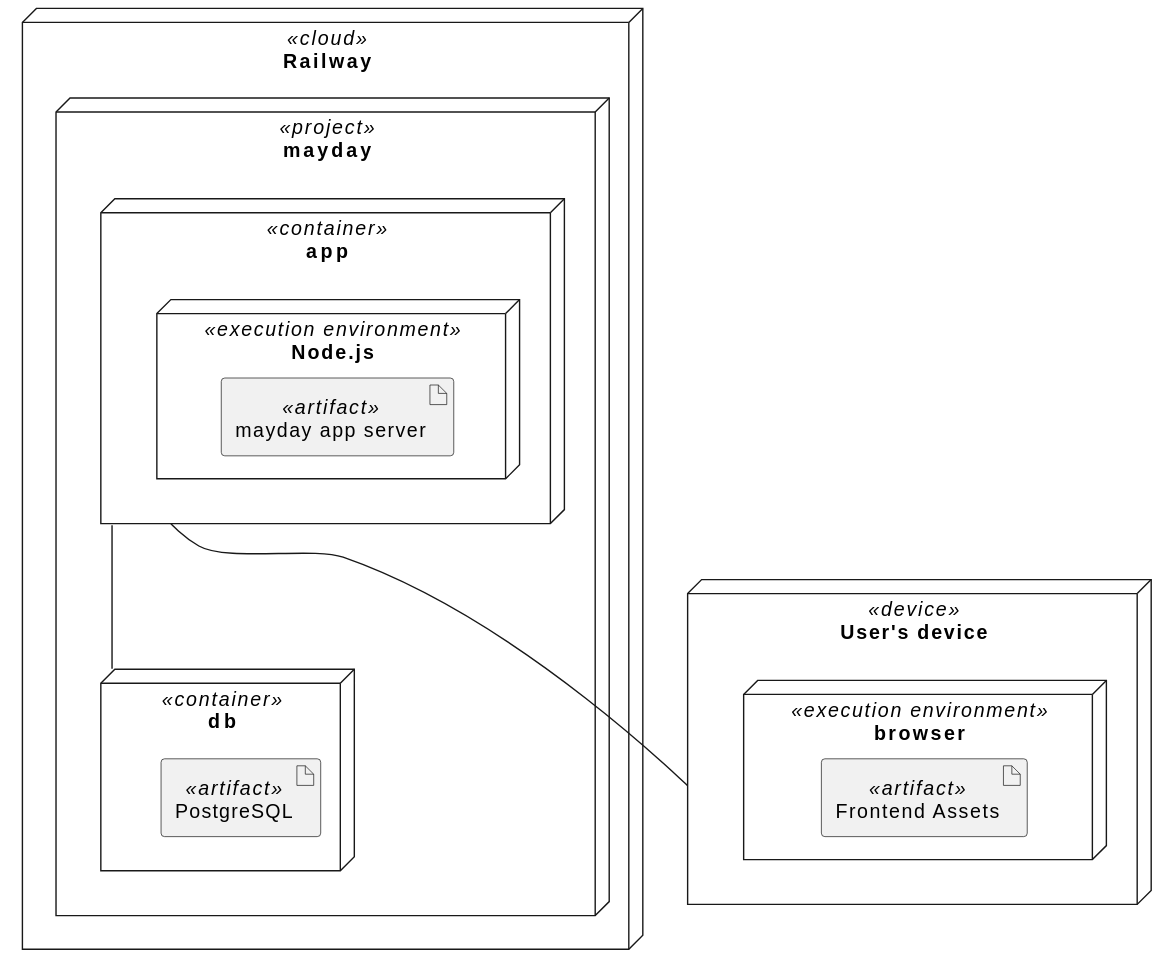
The PlantUML diagram diagrams/out/deployment_diagram/Deployment Diagram.svg in 2110336-SoftwareEngineering2-2021-2/sec33_jim_carry, before a commit.
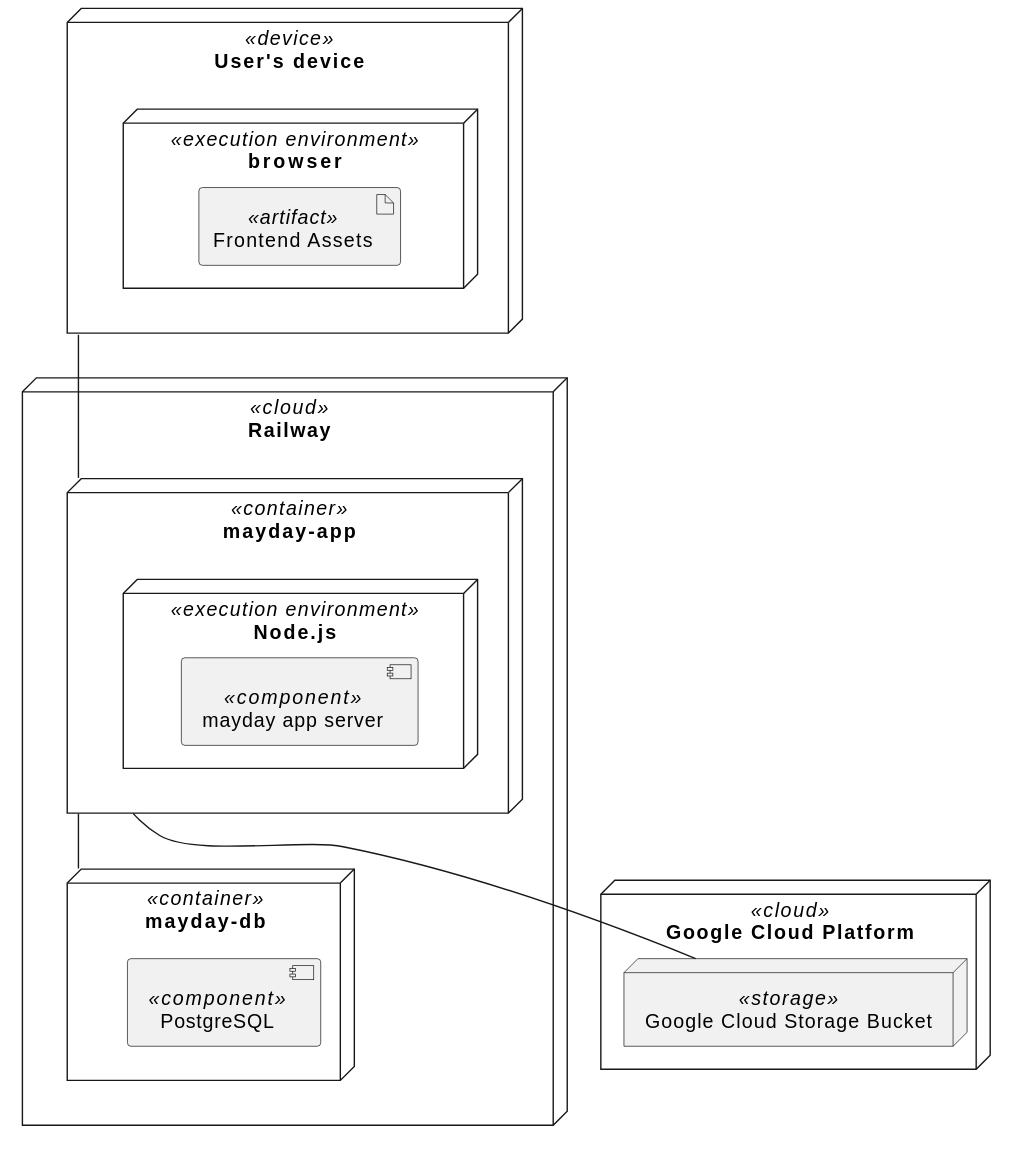
Later version of the same file.

Commit message:
Update deployment diagram per comment

What changed in the source:
```diff
@@ -1,18 +1,21 @@
-@startuml
+@startuml Deployment Diagram
+
 node Railway <<cloud>> {
-  node mayday <<project>> {
-    node app as appContainer <<container>> {
-      node "Node.js" <<execution environment>>{
-        artifact "mayday app server" as maydayApp <<artifact>>
-      }
+  node "mayday-app" as appContainer <<container>> {
+    node "Node.js" <<execution environment>>{
+      component "mayday app server" as maydayApp <<component>>
     }
+  }
 
-    node db <<container>> {
-      artifact PostgreSQL <<artifact>>
-    }
+  node "mayday-db" as db <<container>> {
+    component PostgreSQL <<component>>
+  }
 
-    appContainer -- db
-  }
+  appContainer -- db
+}
+
+node "Google Cloud Platform" <<cloud>> {
+  node "Google Cloud Storage Bucket" as gcs <<storage>>
 }
 
 node "User's device" <<device>> as device {
@@ -21,5 +24,7 @@
   }
 }
 
-appContainer -- device
+device -- appContainer
+appContainer -- gcs
+
 @enduml
```
